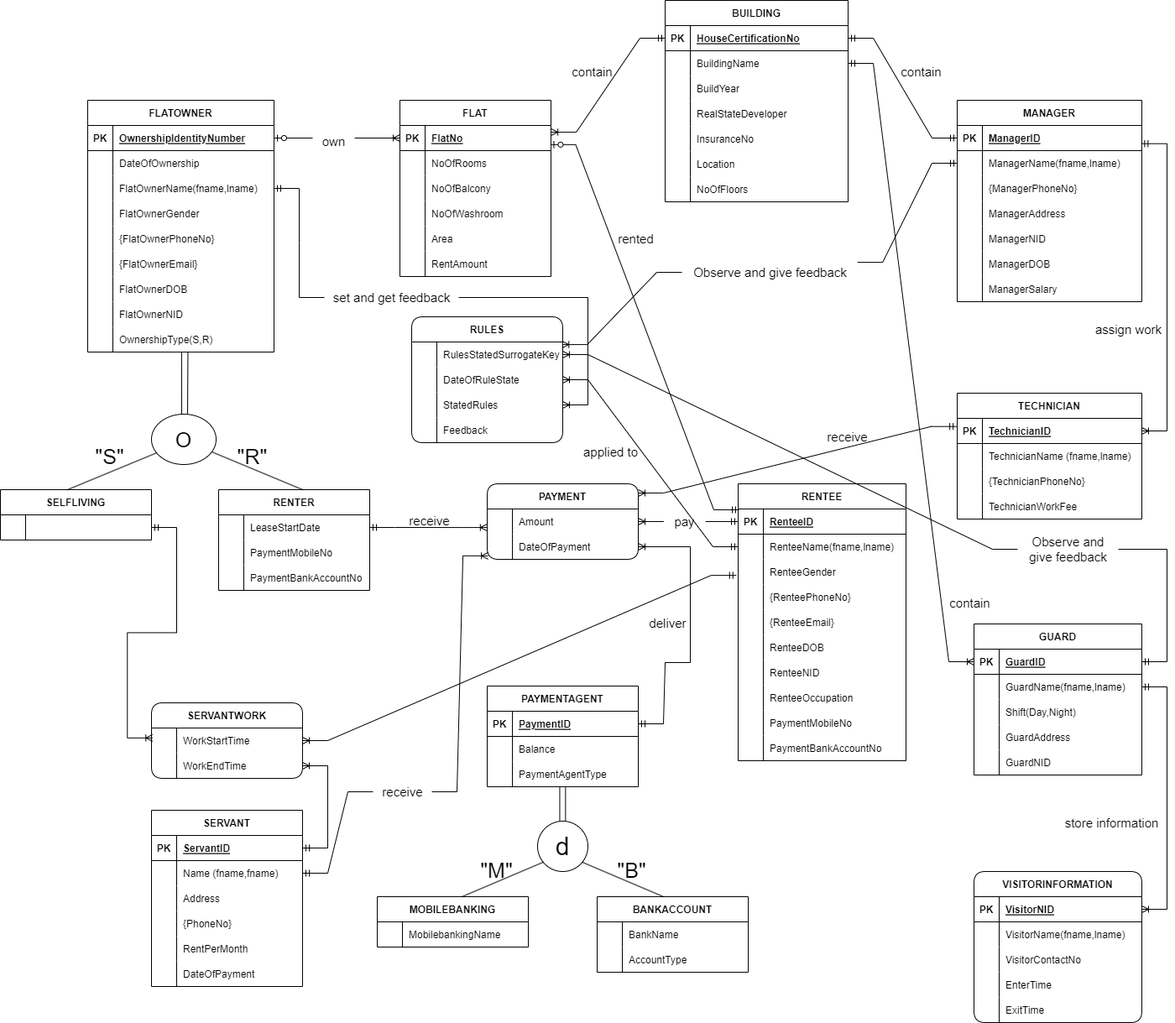
The draw.io diagram Documentation Pictures/EERD.png in toushifhossain1/Residential-Management-and-Monitoring-System, before a commit. Source tidied: cells renumbered, new cells last; positions are measured from the earlier drawing's top-left corner, leaving out a move shared by most shapes.
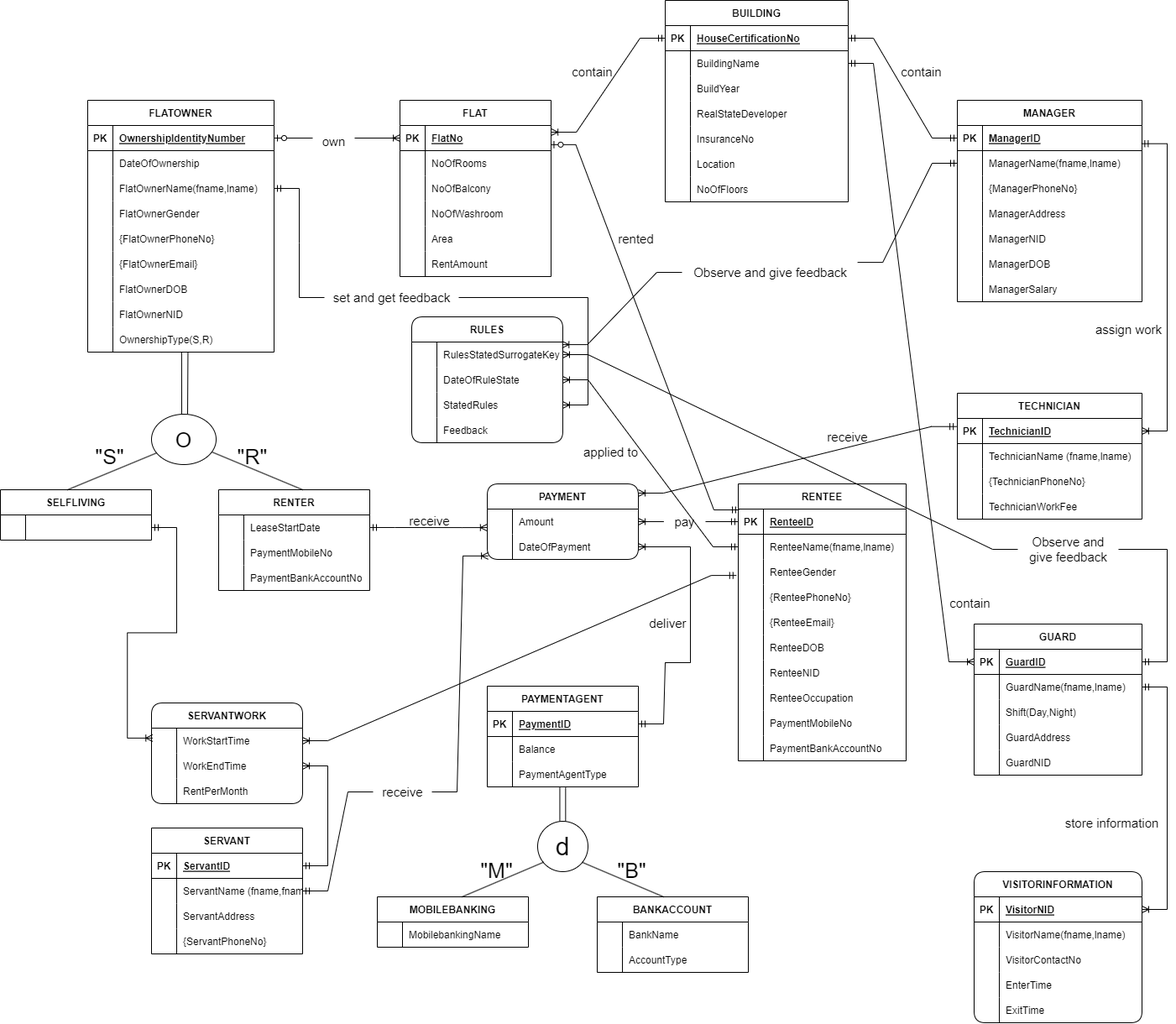
Later version of the same file.

Diff of the diagram source:
```diff
@@ -177,7 +177,7 @@
       <mxGeometry x="30" width="170" height="30" as="geometry" />
     </mxCell>
     <mxCell id="60" value="SERVANT" style="shape=table;startSize=30;rowLines=0;fontStyle=1;align=center;" parent="1" vertex="1">
-      <mxGeometry x="180" y="965" width="180" height="210" as="geometry" />
+      <mxGeometry x="180" y="986" width="180" height="150" as="geometry" />
     </mxCell>
     <mxCell id="61" style="shape=tableRow;horizontal=0;startSize=0;swimlaneHead=0;swimlaneBody=0;fillColor=none;points=[[0,0.5],[1,0.5]];portConstraint=eastwest;top=0;left=0;right=0;bottom=1;" parent="60" vertex="1">
       <mxGeometry y="30" width="180" height="30" as="geometry" />
@@ -194,7 +194,7 @@
     <mxCell id="65" style="shape=partialRectangle;fillColor=none;top=0;left=0;bottom=0;right=0;overflow=hidden;" parent="64" vertex="1">
       <mxGeometry width="30" height="30" as="geometry" />
     </mxCell>
-    <mxCell id="66" value="Name (fname,fname)" style="shape=partialRectangle;fillColor=none;top=0;left=0;bottom=0;right=0;align=left;spacingLeft=6;overflow=hidden;" parent="64" vertex="1">
+    <mxCell id="66" value="ServantName (fname,fname)" style="shape=partialRectangle;fillColor=none;top=0;left=0;bottom=0;right=0;align=left;spacingLeft=6;overflow=hidden;" parent="64" vertex="1">
       <mxGeometry x="30" width="150" height="30" as="geometry" />
     </mxCell>
     <mxCell id="67" style="shape=tableRow;horizontal=0;startSize=0;swimlaneHead=0;swimlaneBody=0;fillColor=none;top=0;left=0;right=0;bottom=0;" parent="60" vertex="1">
@@ -203,7 +203,7 @@
     <mxCell id="68" style="shape=partialRectangle;fillColor=none;top=0;left=0;bottom=0;right=0;overflow=hidden;" parent="67" vertex="1">
       <mxGeometry width="30" height="30" as="geometry" />
     </mxCell>
-    <mxCell id="69" value="Address" style="shape=partialRectangle;fillColor=none;top=0;left=0;bottom=0;right=0;align=left;spacingLeft=6;overflow=hidden;" parent="67" vertex="1">
+    <mxCell id="69" value="ServantAddress" style="shape=partialRectangle;fillColor=none;top=0;left=0;bottom=0;right=0;align=left;spacingLeft=6;overflow=hidden;" parent="67" vertex="1">
       <mxGeometry x="30" width="150" height="30" as="geometry" />
     </mxCell>
     <mxCell id="70" style="shape=tableRow;horizontal=0;startSize=0;swimlaneHead=0;swimlaneBody=0;fillColor=none;top=0;left=0;right=0;bottom=0;" parent="60" vertex="1">
@@ -212,27 +212,9 @@
     <mxCell id="71" style="shape=partialRectangle;fillColor=none;top=0;left=0;bottom=0;right=0;overflow=hidden;" parent="70" vertex="1">
       <mxGeometry width="30" height="30" as="geometry" />
     </mxCell>
-    <mxCell id="72" value="{PhoneNo}" style="shape=partialRectangle;fillColor=none;top=0;left=0;bottom=0;right=0;align=left;spacingLeft=6;overflow=hidden;" parent="70" vertex="1">
+    <mxCell id="72" value="{ServantPhoneNo}" style="shape=partialRectangle;fillColor=none;top=0;left=0;bottom=0;right=0;align=left;spacingLeft=6;overflow=hidden;" parent="70" vertex="1">
       <mxGeometry x="30" width="150" height="30" as="geometry" />
     </mxCell>
-    <mxCell id="73" style="shape=tableRow;horizontal=0;startSize=0;swimlaneHead=0;swimlaneBody=0;fillColor=none;top=0;left=0;right=0;bottom=0;" parent="60" vertex="1">
-      <mxGeometry y="150" width="180" height="30" as="geometry" />
-    </mxCell>
-    <mxCell id="74" style="shape=partialRectangle;fillColor=none;top=0;left=0;bottom=0;right=0;overflow=hidden;" parent="73" vertex="1">
-      <mxGeometry width="30" height="30" as="geometry" />
-    </mxCell>
-    <mxCell id="75" value="RentPerMonth" style="shape=partialRectangle;fillColor=none;top=0;left=0;bottom=0;right=0;align=left;spacingLeft=6;overflow=hidden;" parent="73" vertex="1">
-      <mxGeometry x="30" width="150" height="30" as="geometry" />
-    </mxCell>
-    <mxCell id="76" style="shape=tableRow;horizontal=0;startSize=0;swimlaneHead=0;swimlaneBody=0;fillColor=none;top=0;left=0;right=0;bottom=0;" parent="60" vertex="1">
-      <mxGeometry y="180" width="180" height="30" as="geometry" />
-    </mxCell>
-    <mxCell id="77" style="shape=partialRectangle;fillColor=none;top=0;left=0;bottom=0;right=0;overflow=hidden;" parent="76" vertex="1">
-      <mxGeometry width="30" height="30" as="geometry" />
-    </mxCell>
-    <mxCell id="78" value="DateOfPayment" style="shape=partialRectangle;fillColor=none;top=0;left=0;bottom=0;right=0;align=left;spacingLeft=6;overflow=hidden;" parent="76" vertex="1">
-      <mxGeometry x="30" width="150" height="30" as="geometry" />
-    </mxCell>
     <mxCell id="79" value="FLATOWNER" style="shape=table;startSize=30;rowLines=0;fontStyle=1;align=center;" parent="1" vertex="1">
       <mxGeometry x="104" y="119" width="222" height="300" as="geometry" />
     </mxCell>
@@ -792,7 +774,7 @@
       <mxGeometry x="974" y="505" width="70" height="30" as="geometry" />
     </mxCell>
     <mxCell id="258" value="SERVANTWORK" style="shape=table;startSize=30;rowLines=0;fontStyle=1;align=center;rounded=1;" parent="1" vertex="1">
-      <mxGeometry x="180" y="837" width="180" height="90" as="geometry" />
+      <mxGeometry x="180" y="837" width="180" height="120" as="geometry" />
     </mxCell>
     <mxCell id="259" style="shape=tableRow;horizontal=0;startSize=0;swimlaneHead=0;swimlaneBody=0;fillColor=none;points=[[0,0.5],[1,0.5]];portConstraint=eastwest;top=0;left=0;right=0;bottom=0;" parent="258" vertex="1">
       <mxGeometry y="30" width="180" height="30" as="geometry" />
@@ -812,6 +794,15 @@
     <mxCell id="264" value="WorkEndTime" style="shape=partialRectangle;fillColor=none;top=0;left=0;bottom=0;right=0;align=left;spacingLeft=6;overflow=hidden;" parent="262" vertex="1">
       <mxGeometry x="30" width="150" height="30" as="geometry" />
     </mxCell>
+    <mxCell id="306" style="shape=tableRow;horizontal=0;startSize=0;swimlaneHead=0;swimlaneBody=0;fillColor=none;top=0;left=0;right=0;bottom=0;" parent="258" vertex="1">
+      <mxGeometry y="90" width="180" height="30" as="geometry" />
+    </mxCell>
+    <mxCell id="307" style="shape=partialRectangle;fillColor=none;top=0;left=0;bottom=0;right=0;overflow=hidden;" parent="306" vertex="1">
+      <mxGeometry width="30" height="30" as="geometry" />
+    </mxCell>
+    <mxCell id="75" value="RentPerMonth" style="shape=partialRectangle;fillColor=none;top=0;left=0;bottom=0;right=0;align=left;spacingLeft=6;overflow=hidden;" parent="306" vertex="1">
+      <mxGeometry x="30" width="150" height="30" as="geometry" />
+    </mxCell>
     <mxCell id="265" style="edgeStyle=entityRelationEdgeStyle;fontSize=12;html=1;endArrow=ERzeroToOne;startArrow=ERmandOne;rounded=0;entryX=0.997;entryY=0.762;entryDx=0;entryDy=0;entryPerimeter=0;exitX=0.005;exitY=0.033;exitDx=0;exitDy=0;exitPerimeter=0;" parent="1" edge="1" source="30" target="119">
       <mxGeometry relative="1" as="geometry" />
     </mxCell>
```
